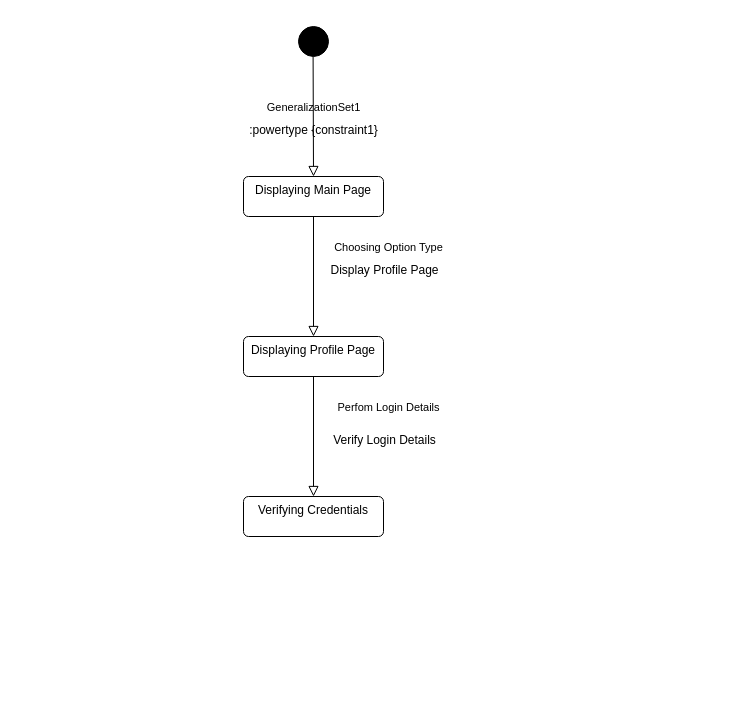
Earlier version of the draw.io diagram Use Case 1.drawio (AbdulmoizTalpur/Tutorial-week-3). Source tidied: cells renumbered, new cells numbered last; positions are measured from the earlier drawing's top-left corner, leaving out a move shared by most shapes. Both pictures are drawn from the tidied source at 100%, with x=0, y=0 at pixel (243, 26).
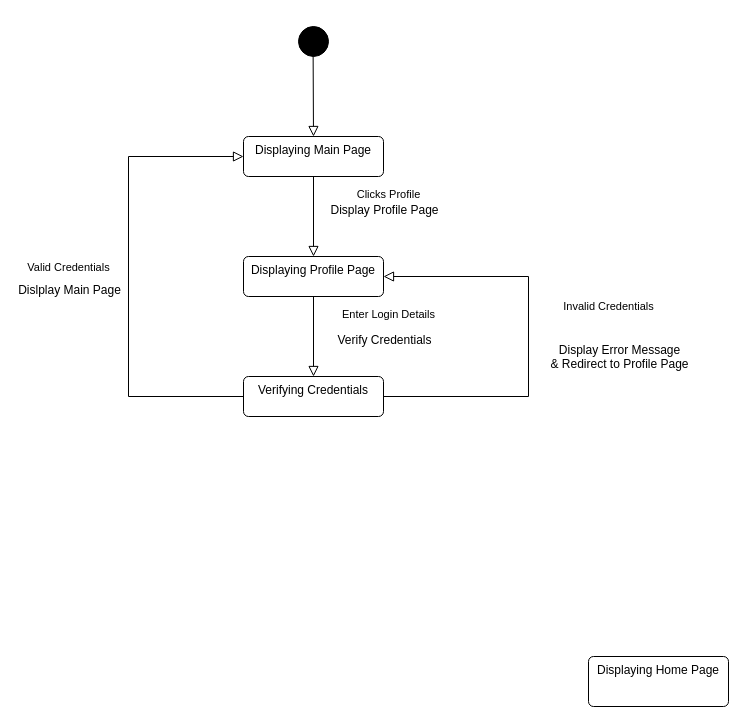
The same page after the edit.

What changed in the source:
```diff
@@
-    <mxCell id="3" value="GeneralizationSet1" style="endArrow=block;html=1;rounded=0;align=center;verticalAlign=bottom;endFill=0;labelBackgroundColor=none;endSize=8;exitX=0.5;exitY=1;exitDx=0;exitDy=0;" parent="1" edge="1">
-      <mxGeometry relative="1" as="geometry">
-        <mxPoint x="69.6" y="30" as="sourcePoint" />
-        <mxPoint x="70" y="150" as="targetPoint" />
+    <mxCell id="3" style="endArrow=block;html=1;rounded=0;align=center;verticalAlign=bottom;endFill=0;labelBackgroundColor=none;endSize=8;exitX=0.5;exitY=1;exitDx=0;exitDy=0;" parent="1" edge="1">
+      <mxGeometry x="-0.33" y="135" relative="1" as="geometry">
+        <mxPoint x="69.5" as="sourcePoint" />
+        <mxPoint x="70" y="110" as="targetPoint" />
       </mxGeometry>
     </mxCell>
-    <mxCell id="4" value=":powertype {constraint1}" style="html=1;align=center;verticalAlign=top;labelBackgroundColor=none;" parent="3" vertex="1">
-      <mxGeometry relative="1" as="geometry" />
+    <mxCell id="4" style="html=1;align=center;verticalAlign=top;labelBackgroundColor=none;" parent="3" vertex="1">
+      <mxGeometry relative="1" as="geometry">
+        <mxPoint x="145" y="10" as="offset" />
+      </mxGeometry>
     </mxCell>
     <mxCell id="5" value="Displaying Main Page" style="html=1;align=center;verticalAlign=top;rounded=1;absoluteArcSize=1;arcSize=10;dashed=0;whiteSpace=wrap;" parent="1" vertex="1">
-      <mxGeometry y="150" width="140" height="40" as="geometry" />
+      <mxGeometry y="110" width="140" height="40" as="geometry" />
     </mxCell>
     <mxCell id="6" value="Displaying Profile Page" style="html=1;align=center;verticalAlign=top;rounded=1;absoluteArcSize=1;arcSize=10;dashed=0;whiteSpace=wrap;" parent="1" vertex="1">
-      <mxGeometry y="310" width="140" height="40" as="geometry" />
+      <mxGeometry y="230" width="140" height="40" as="geometry" />
     </mxCell>
-    <mxCell id="7" value="Choosing Option Type" style="endArrow=block;html=1;rounded=0;align=center;verticalAlign=bottom;endFill=0;labelBackgroundColor=none;endSize=8;exitX=0.5;exitY=1;exitDx=0;exitDy=0;entryX=0.5;entryY=0;entryDx=0;entryDy=0;" parent="1" edge="1" source="5" target="6">
-      <mxGeometry x="-0.33" y="75" relative="1" as="geometry" />
+    <mxCell id="7" value="Clicks Profile" style="endArrow=block;html=1;rounded=0;align=center;verticalAlign=bottom;endFill=0;labelBackgroundColor=none;endSize=8;exitX=0.5;exitY=1;exitDx=0;exitDy=0;" parent="1" edge="1" source="5">
+      <mxGeometry x="-0.33" y="75" relative="1" as="geometry">
+        <mxPoint x="70" y="230" as="targetPoint" />
+      </mxGeometry>
     </mxCell>
@@
-    <mxCell id="9" value="Perfom Login Details" style="endArrow=block;html=1;rounded=0;align=center;verticalAlign=bottom;endFill=0;labelBackgroundColor=none;endSize=8;exitX=0.5;exitY=1;exitDx=0;exitDy=0;entryX=0.5;entryY=0;entryDx=0;entryDy=0;" parent="1" edge="1" source="6" target="11">
-      <mxGeometry x="-0.33" y="75" relative="1" as="geometry" />
+    <mxCell id="9" value="Enter Login Details" style="endArrow=block;html=1;rounded=0;align=center;verticalAlign=bottom;endFill=0;labelBackgroundColor=none;endSize=8;exitX=0.5;exitY=1;exitDx=0;exitDy=0;" parent="1" edge="1" source="6">
+      <mxGeometry x="-0.33" y="75" relative="1" as="geometry">
+        <mxPoint x="70" y="350" as="targetPoint" />
+      </mxGeometry>
     </mxCell>
-    <mxCell id="10" value="Verify Login Details" style="html=1;align=center;verticalAlign=top;labelBackgroundColor=none;" parent="9" vertex="1">
+    <mxCell id="10" value="Verify Credentials" style="html=1;align=center;verticalAlign=top;labelBackgroundColor=none;" parent="9" vertex="1">
       <mxGeometry relative="1" as="geometry">
         <mxPoint x="70" y="-10" as="offset" />
       </mxGeometry>
     </mxCell>
     <mxCell id="11" value="Verifying Credentials" style="html=1;align=center;verticalAlign=top;rounded=1;absoluteArcSize=1;arcSize=10;dashed=0;whiteSpace=wrap;" parent="1" vertex="1">
-      <mxGeometry y="470" width="140" height="40" as="geometry" />
+      <mxGeometry y="350" width="140" height="40" as="geometry" />
     </mxCell>
+    <mxCell id="12" value="Displaying Home Page" style="html=1;align=center;verticalAlign=top;rounded=1;absoluteArcSize=1;arcSize=10;dashed=0;whiteSpace=wrap;" parent="1" vertex="1">
+      <mxGeometry x="345" y="630" width="140" height="50" as="geometry" />
+    </mxCell>
+    <mxCell id="13" value="Valid Credentials" style="endArrow=block;html=1;rounded=0;align=center;verticalAlign=bottom;endFill=0;labelBackgroundColor=none;endSize=8;exitX=0;exitY=0.5;exitDx=0;exitDy=0;entryX=0;entryY=0.5;entryDx=0;entryDy=0;" parent="1" edge="1" source="11" target="5">
+      <mxGeometry y="60" relative="1" as="geometry">
+        <Array as="points">
+          <mxPoint x="-115" y="370" />
+          <mxPoint x="-115" y="130" />
+        </Array>
+      </mxGeometry>
+    </mxCell>
+    <mxCell id="14" value="Dislplay Main Page" style="html=1;align=center;verticalAlign=top;labelBackgroundColor=none;" parent="13" vertex="1">
+      <mxGeometry relative="1" as="geometry">
+        <mxPoint x="-60" as="offset" />
+      </mxGeometry>
+    </mxCell>
+    <mxCell id="15" value="Invalid Credentials" style="endArrow=block;html=1;rounded=0;align=center;verticalAlign=bottom;endFill=0;labelBackgroundColor=none;endSize=8;exitX=1;exitY=0.5;exitDx=0;exitDy=0;entryX=1;entryY=0.5;entryDx=0;entryDy=0;" parent="1" edge="1" source="11" target="6">
+      <mxGeometry x="0.1" y="-80" relative="1" as="geometry">
+        <Array as="points">
+          <mxPoint x="285" y="370" />
+          <mxPoint x="285" y="250" />
+        </Array>
+      </mxGeometry>
+    </mxCell>
+    <mxCell id="16" value="Display Error Message &lt;br&gt;&amp;amp; Redirect to Profile Page" style="html=1;align=center;verticalAlign=top;labelBackgroundColor=none;" parent="15" vertex="1">
+      <mxGeometry relative="1" as="geometry">
+        <mxPoint x="90" as="offset" />
+      </mxGeometry>
+    </mxCell>
```
